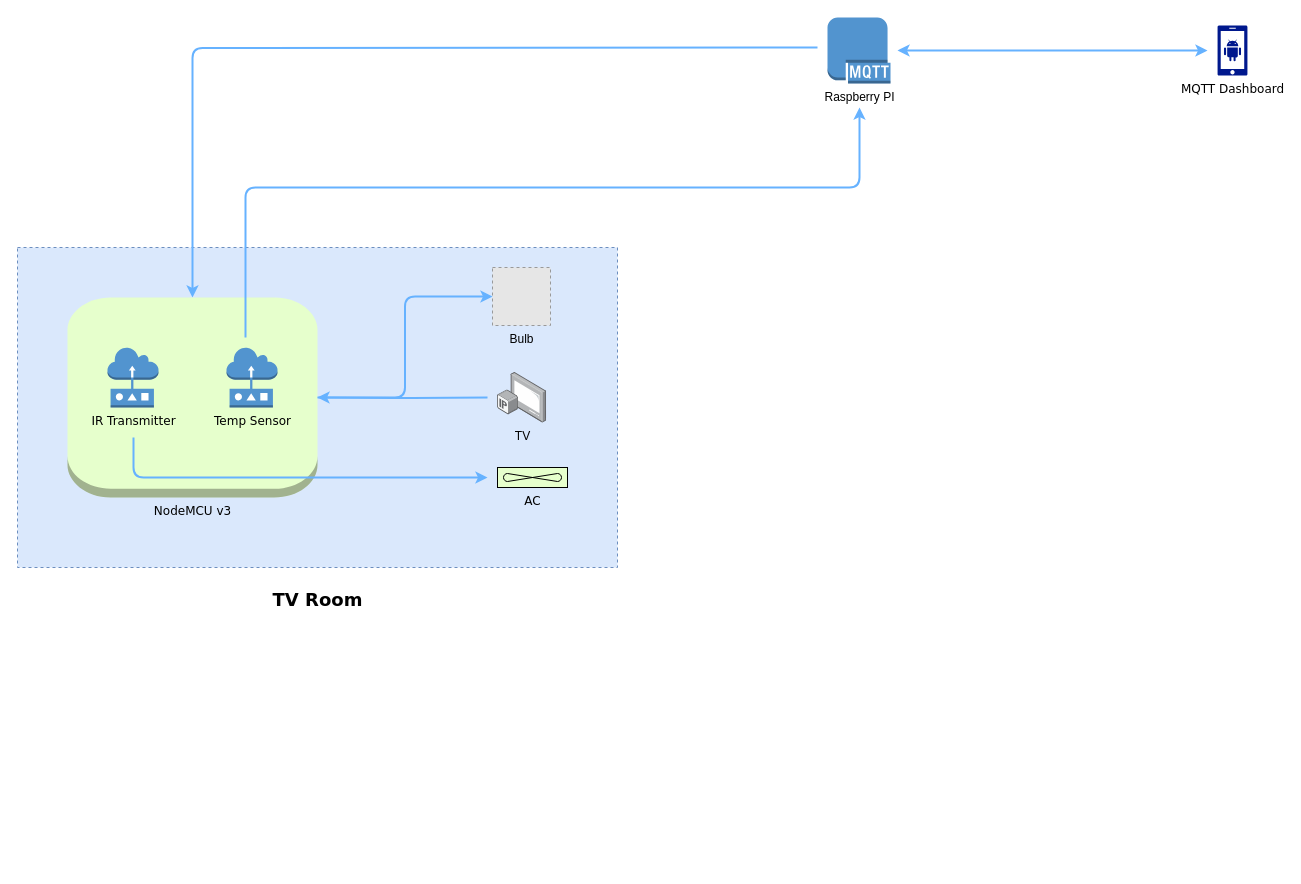
The draw.io diagram IoT Playground.drawio in diasna/iot-playground, before the edit. Source tidied: cells renumbered, new cells numbered last; positions are measured from the earlier drawing's top-left corner, leaving out a move shared by most shapes. Both pictures are drawn from the tidied source at 100%, with x=0, y=0 at pixel (17, 17). Pictures stored in the file or linked from it are replaced by grey dashed boxes.
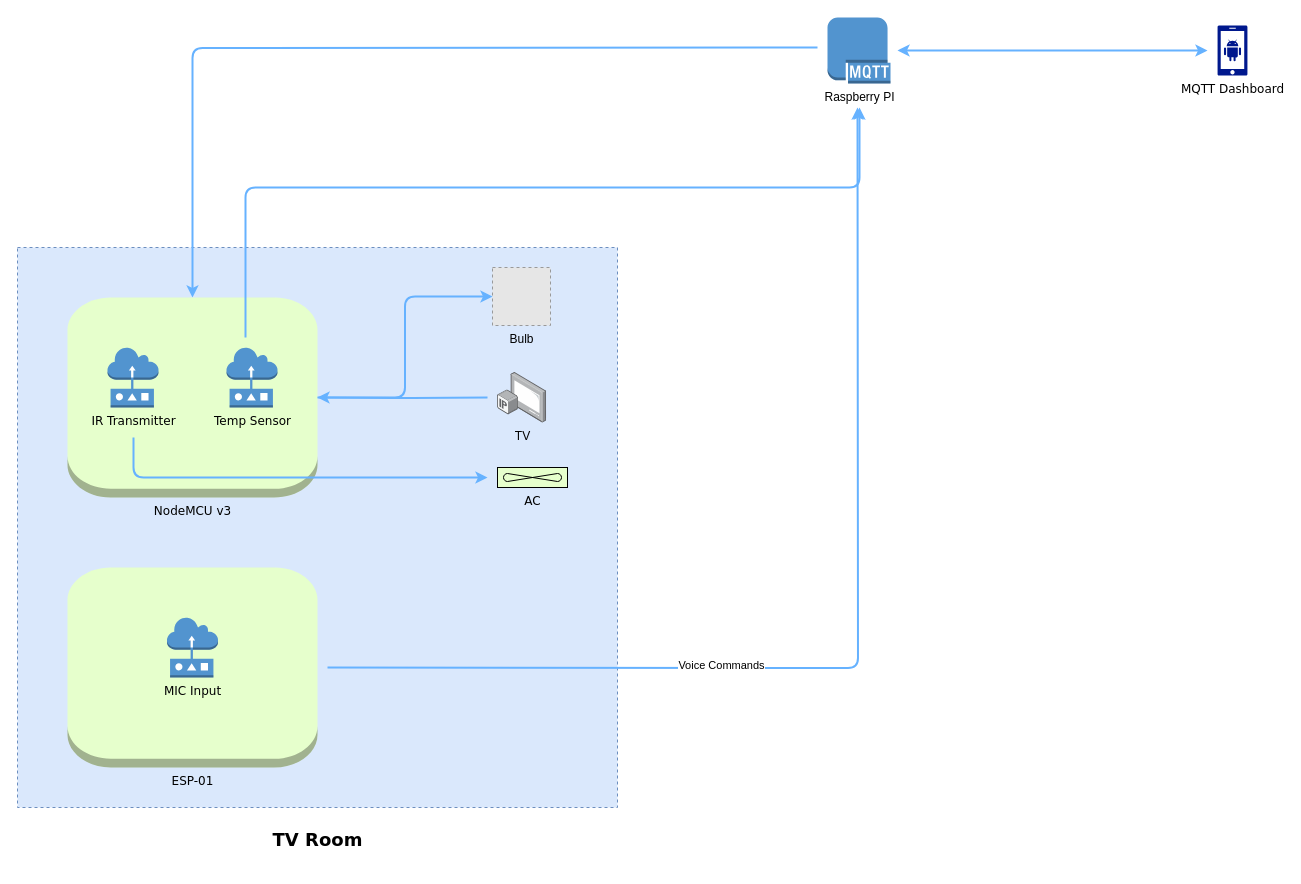
Above is the later version.

What changed in the source:
```diff
@@
     <mxCell id="4" value="&lt;h2&gt;&lt;font face=&quot;Verdana&quot;&gt;TV Room&lt;/font&gt;&lt;/h2&gt;" style="verticalLabelPosition=bottom;verticalAlign=top;html=1;shape=mxgraph.basic.rect;fillColor2=none;strokeWidth=1;size=20;indent=5;dashed=1;fillColor=#dae8fc;strokeColor=#6c8ebf;fontFamily=Helvetica;" parent="1" vertex="1">
-      <mxGeometry y="230" width="600" height="320" as="geometry" />
+      <mxGeometry y="230" width="600" height="560" as="geometry" />
     </mxCell>
@@
+    <mxCell id="18" style="group;" parent="1" vertex="1">
+      <mxGeometry x="50" y="550" width="250" height="200" as="geometry" />
+    </mxCell>
+    <mxCell id="19" value="ESP-01" style="dashed=0;verticalLabelPosition=bottom;verticalAlign=top;align=center;html=1;shape=mxgraph.aws3.instance;fillColor=#E6FFCC;gradientColor=none;fontFamily=Verdana;" parent="18" vertex="1">
+      <mxGeometry width="250" height="200" as="geometry" />
+    </mxCell>
+    <mxCell id="20" value="MIC Input" style="dashed=0;verticalLabelPosition=bottom;verticalAlign=top;align=center;html=1;shape=mxgraph.aws3.sensor;fillColor=#5294CF;gradientColor=none;fontFamily=Verdana;" parent="18" vertex="1">
+      <mxGeometry x="99.5" y="50" width="51" height="60" as="geometry" />
+    </mxCell>
+    <mxCell id="21" style="edgeStyle=orthogonalEdgeStyle;rounded=1;orthogonalLoop=1;jettySize=auto;html=1;strokeWidth=2;strokeColor=#66B2FF;" parent="1" edge="1">
+      <mxGeometry relative="1" as="geometry">
+        <mxPoint x="310" y="650" as="sourcePoint" />
+        <mxPoint x="840" y="90" as="targetPoint" />
+      </mxGeometry>
+    </mxCell>
+    <mxCell id="22" value="Voice Commands" style="edgeLabel;html=1;align=center;verticalAlign=middle;" parent="21" vertex="1">
+      <mxGeometry x="-0.28" y="3" relative="1" as="geometry" />
+    </mxCell>
```
